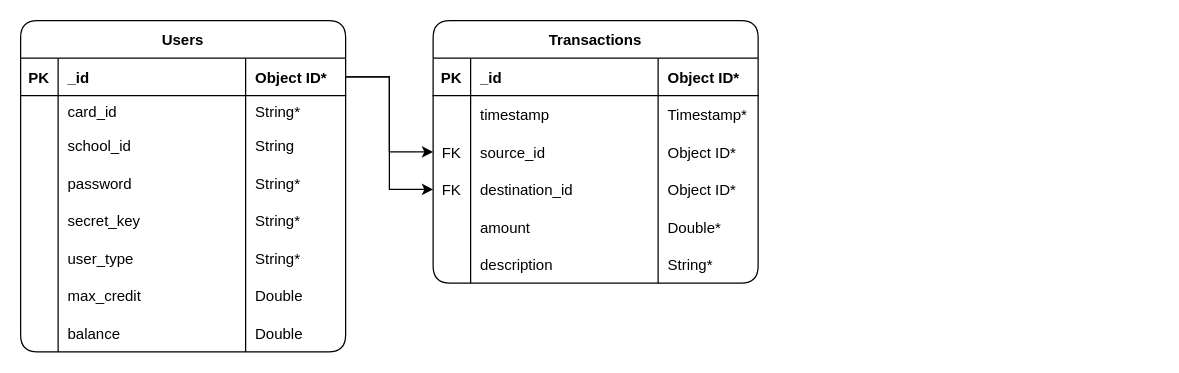
1icolo/AUPay keeps this draw.io diagram as page "ERD" (8 of 15) of docs/AUPay Diagrams.drawio. Above is the earlier version. Source tidied: cells renumbered, new cells numbered last; positions are measured from the earlier drawing's top-left corner, leaving out a move shared by most shapes. Both pictures are drawn from the tidied source at 125%, with x=0, y=0 at pixel (20, 20).
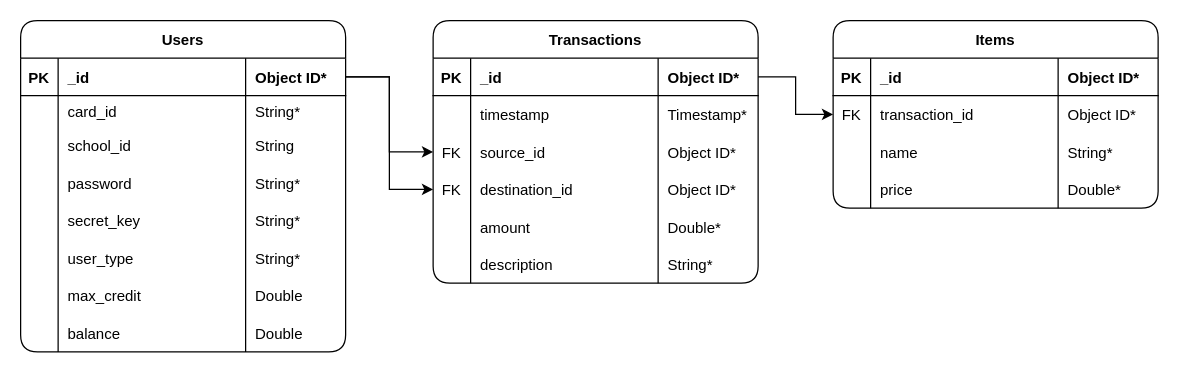
After the change.

The change refers to these unchanged cells:
```xml
<mxCell id="36" style="shape=tableRow;horizontal=0;startSize=0;swimlaneHead=0;swimlaneBody=0;fillColor=none;points=[[0,0.5],[1,0.5]];portConstraint=eastwest;top=0;left=0;right=0;bottom=1;rounded=1;glass=0;strokeWidth=1;fontSize=12;html=0;" parent="35" vertex="1">
  <mxGeometry y="30" width="260" height="30" as="geometry" />
</mxCell>
```

Diff of the diagram source:
```diff
@@
+    <mxCell id="62" value="Items" style="shape=table;startSize=30;childLayout=tableLayout;rowLines=0;fontStyle=1;align=center;rounded=1;glass=0;strokeWidth=1;fontSize=12;fillColor=none;html=0;" parent="1" vertex="1">
+      <mxGeometry x="650" width="260" height="150" as="geometry" />
+    </mxCell>
+    <mxCell id="63" style="shape=tableRow;horizontal=0;startSize=0;swimlaneHead=0;swimlaneBody=0;fillColor=none;top=0;left=0;right=0;bottom=1;rounded=1;glass=0;strokeWidth=1;fontSize=12;html=0;" parent="62" vertex="1">
+      <mxGeometry y="30" width="260" height="30" as="geometry" />
+    </mxCell>
+    <mxCell id="64" value="PK" style="shape=partialRectangle;fillColor=none;top=0;left=0;bottom=0;right=0;fontStyle=1;overflow=hidden;rounded=1;glass=0;strokeWidth=1;fontSize=12;html=0;" parent="63" vertex="1">
+      <mxGeometry width="30" height="30" as="geometry" />
+    </mxCell>
+    <mxCell id="65" value="_id" style="shape=partialRectangle;fillColor=none;top=0;left=0;bottom=0;right=0;align=left;spacingLeft=6;fontStyle=1;overflow=hidden;rounded=1;glass=0;strokeWidth=1;fontSize=12;html=0;" parent="63" vertex="1">
+      <mxGeometry x="30" width="150" height="30" as="geometry" />
+    </mxCell>
+    <mxCell id="66" value="Object ID*" style="shape=partialRectangle;fillColor=none;top=0;left=0;bottom=0;right=0;align=left;spacingLeft=6;fontStyle=1;overflow=hidden;rounded=1;glass=0;strokeWidth=1;fontSize=12;html=0;" parent="63" vertex="1">
+      <mxGeometry x="180" width="80" height="30" as="geometry" />
+    </mxCell>
+    <mxCell id="67" style="shape=tableRow;horizontal=0;startSize=0;swimlaneHead=0;swimlaneBody=0;fillColor=none;points=[[0,0.5],[1,0.5]];portConstraint=eastwest;top=0;left=0;right=0;bottom=0;rounded=1;glass=0;strokeWidth=1;fontSize=12;html=0;" parent="62" vertex="1">
+      <mxGeometry y="60" width="260" height="30" as="geometry" />
+    </mxCell>
+    <mxCell id="68" value="FK" style="shape=partialRectangle;fillColor=none;top=0;left=0;bottom=0;right=0;overflow=hidden;rounded=1;glass=0;strokeWidth=1;fontSize=12;html=0;" parent="67" vertex="1">
+      <mxGeometry width="30" height="30" as="geometry" />
+    </mxCell>
+    <mxCell id="69" value="transaction_id" style="shape=partialRectangle;fillColor=none;top=0;left=0;bottom=0;right=0;align=left;spacingLeft=6;overflow=hidden;rounded=1;glass=0;strokeWidth=1;fontSize=12;html=0;" parent="67" vertex="1">
+      <mxGeometry x="30" width="150" height="30" as="geometry" />
+    </mxCell>
+    <mxCell id="70" value="Object ID*" style="shape=partialRectangle;fillColor=none;top=0;left=0;bottom=0;right=0;align=left;spacingLeft=6;overflow=hidden;rounded=1;glass=0;strokeWidth=1;fontSize=12;html=0;" parent="67" vertex="1">
+      <mxGeometry x="180" width="80" height="30" as="geometry" />
+    </mxCell>
+    <mxCell id="71" style="shape=tableRow;horizontal=0;startSize=0;swimlaneHead=0;swimlaneBody=0;fillColor=none;top=0;left=0;right=0;bottom=0;rounded=1;glass=0;strokeWidth=1;fontSize=12;html=0;" parent="62" vertex="1">
+      <mxGeometry y="90" width="260" height="30" as="geometry" />
+    </mxCell>
+    <mxCell id="72" style="shape=partialRectangle;fillColor=none;top=0;left=0;bottom=0;right=0;fontStyle=0;overflow=hidden;rounded=1;glass=0;strokeWidth=1;fontSize=12;html=0;" parent="71" vertex="1">
+      <mxGeometry width="30" height="30" as="geometry" />
+    </mxCell>
+    <mxCell id="73" value="name" style="shape=partialRectangle;fillColor=none;top=0;left=0;bottom=0;right=0;align=left;spacingLeft=6;fontStyle=0;overflow=hidden;rounded=1;glass=0;strokeWidth=1;fontSize=12;html=0;" parent="71" vertex="1">
+      <mxGeometry x="30" width="150" height="30" as="geometry" />
+    </mxCell>
+    <mxCell id="74" value="String*" style="shape=partialRectangle;fillColor=none;top=0;left=0;bottom=0;right=0;align=left;spacingLeft=6;fontStyle=0;overflow=hidden;rounded=1;glass=0;strokeWidth=1;fontSize=12;html=0;" parent="71" vertex="1">
+      <mxGeometry x="180" width="80" height="30" as="geometry" />
+    </mxCell>
+    <mxCell id="75" style="shape=tableRow;horizontal=0;startSize=0;swimlaneHead=0;swimlaneBody=0;fillColor=none;top=0;left=0;right=0;bottom=0;rounded=1;glass=0;strokeWidth=1;fontSize=12;html=0;" parent="62" vertex="1">
+      <mxGeometry y="120" width="260" height="30" as="geometry" />
+    </mxCell>
+    <mxCell id="76" style="shape=partialRectangle;fillColor=none;top=0;left=0;bottom=0;right=0;fontStyle=0;overflow=hidden;rounded=1;glass=0;strokeWidth=1;fontSize=12;html=0;" parent="75" vertex="1">
+      <mxGeometry width="30" height="30" as="geometry" />
+    </mxCell>
+    <mxCell id="77" value="price" style="shape=partialRectangle;fillColor=none;top=0;left=0;bottom=0;right=0;align=left;spacingLeft=6;fontStyle=0;overflow=hidden;rounded=1;glass=0;strokeWidth=1;fontSize=12;html=0;" parent="75" vertex="1">
+      <mxGeometry x="30" width="150" height="30" as="geometry" />
+    </mxCell>
+    <mxCell id="78" value="Double*" style="shape=partialRectangle;fillColor=none;top=0;left=0;bottom=0;right=0;align=left;spacingLeft=6;fontStyle=0;overflow=hidden;rounded=1;glass=0;strokeWidth=1;fontSize=12;html=0;" parent="75" vertex="1">
+      <mxGeometry x="180" width="80" height="30" as="geometry" />
+    </mxCell>
+    <mxCell id="79" style="edgeStyle=orthogonalEdgeStyle;rounded=0;jettySize=auto;html=1;" parent="1" edge="1" source="36" target="67">
+      <mxGeometry relative="1" as="geometry" />
+    </mxCell>
```
